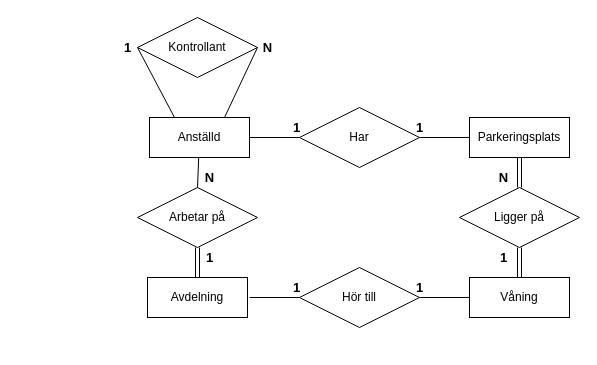
The draw.io diagram Parkeringshus.drawio in Ingelisun/ERmodels, before the edit. Source tidied: cells renumbered, new cells numbered last; positions are measured from the earlier drawing's top-left corner, leaving out a move shared by most shapes. Both pictures are drawn from the tidied source at 100%, with x=0, y=0 at pixel (117, 17).
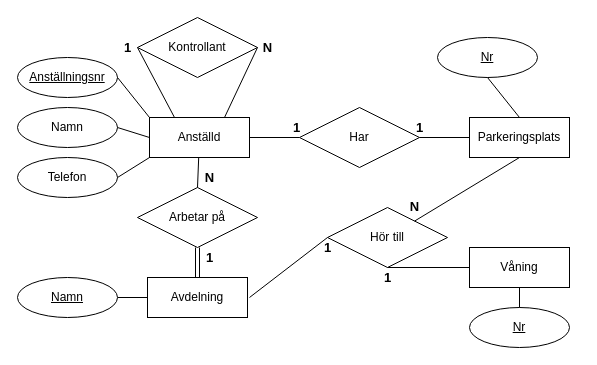
Above is the later version.

The change refers to these unchanged cells:
```xml
<mxCell id="2" value="Anställd" style="whiteSpace=wrap;html=1;align=center;" parent="1" vertex="1">
  <mxGeometry x="32" y="100" width="100" height="40" as="geometry" />
</mxCell>
<mxCell id="4" value="Avdelning" style="whiteSpace=wrap;html=1;align=center;" parent="1" vertex="1">
  <mxGeometry x="30" y="260" width="100" height="40" as="geometry" />
</mxCell>
<mxCell id="6" value="Parkeringsplats" style="whiteSpace=wrap;html=1;align=center;" parent="1" vertex="1">
  <mxGeometry x="352" y="100" width="100" height="40" as="geometry" />
</mxCell>
```

Diff of the diagram source:
```diff
@@
-    <mxCell id="5" style="edgeStyle=none;shape=link;rounded=0;jettySize=auto;html=1;" parent="1" edge="1" source="6" target="19">
-      <mxGeometry relative="1" as="geometry" />
-    </mxCell>
@@
-    <mxCell id="7" style="edgeStyle=none;shape=link;rounded=0;jettySize=auto;html=1;" parent="1" edge="1" source="8" target="19">
-      <mxGeometry relative="1" as="geometry" />
-    </mxCell>
     <mxCell id="8" value="Våning" style="whiteSpace=wrap;html=1;align=center;" parent="1" vertex="1">
-      <mxGeometry x="352" y="260" width="100" height="40" as="geometry" />
+      <mxGeometry x="352" y="230" width="100" height="40" as="geometry" />
     </mxCell>
@@
-    <mxCell id="19" value="Ligger på" style="shape=rhombus;perimeter=rhombusPerimeter;whiteSpace=wrap;html=1;align=center;" parent="1" vertex="1">
-      <mxGeometry x="342" y="170" width="120" height="60" as="geometry" />
-    </mxCell>
-    <mxCell id="20" value="&lt;font style=&quot;font-size: 13px&quot;&gt;&lt;b style=&quot;font-size: 13px&quot;&gt;1&lt;/b&gt;&lt;/font&gt;" style="text;html=1;align=center;verticalAlign=middle;fillColor=none;strokeColor=none;rounded=0;fontSize=13;" parent="1" vertex="1">
-      <mxGeometry x="376" y="230" width="20" height="20" as="geometry" />
-    </mxCell>
-    <mxCell id="21" value="&lt;font style=&quot;font-size: 13px&quot;&gt;&lt;b style=&quot;font-size: 13px&quot;&gt;N&lt;/b&gt;&lt;/font&gt;" style="text;html=1;align=center;verticalAlign=middle;fillColor=none;strokeColor=none;rounded=0;fontSize=13;" parent="1" vertex="1">
-      <mxGeometry x="376" y="150" width="20" height="20" as="geometry" />
-    </mxCell>
     <mxCell id="22" value="Hör till" style="shape=rhombus;perimeter=rhombusPerimeter;whiteSpace=wrap;html=1;align=center;" parent="1" vertex="1">
-      <mxGeometry x="182" y="250" width="120" height="60" as="geometry" />
+      <mxGeometry x="210" y="190" width="120" height="60" as="geometry" />
     </mxCell>
@@
-    <mxCell id="24" style="endArrow=none;html=1;rounded=0;exitX=1;exitY=0.5;exitDx=0;exitDy=0;entryX=0;entryY=0.5;entryDx=0;entryDy=0;" parent="1" edge="1" source="22" target="8">
+    <mxCell id="24" style="endArrow=none;html=1;rounded=0;exitX=0.5;exitY=1;exitDx=0;exitDy=0;entryX=0;entryY=0.5;entryDx=0;entryDy=0;" parent="1" edge="1" source="22" target="8">
       <mxGeometry relative="1" as="geometry" />
     </mxCell>
@@
     <mxCell id="27" value="&lt;font style=&quot;font-size: 13px&quot;&gt;&lt;b style=&quot;font-size: 13px&quot;&gt;1&lt;/b&gt;&lt;/font&gt;" style="text;html=1;align=center;verticalAlign=middle;fillColor=none;strokeColor=none;rounded=0;fontSize=13;" parent="1" vertex="1">
-      <mxGeometry x="169" y="260" width="20" height="20" as="geometry" />
+      <mxGeometry x="200" y="220" width="20" height="20" as="geometry" />
     </mxCell>
-    <mxCell id="28" value="&lt;font style=&quot;font-size: 13px&quot;&gt;&lt;b style=&quot;font-size: 13px&quot;&gt;1&lt;/b&gt;&lt;/font&gt;" style="text;html=1;align=center;verticalAlign=middle;fillColor=none;strokeColor=none;rounded=0;fontSize=13;" parent="1" vertex="1">
-      <mxGeometry x="292" y="260" width="20" height="20" as="geometry" />
-    </mxCell>
@@
+    <mxCell id="31" value="Anställningsnr" style="ellipse;whiteSpace=wrap;html=1;align=center;fontStyle=4;" parent="1" vertex="1">
+      <mxGeometry x="-100" y="40" width="100" height="40" as="geometry" />
+    </mxCell>
+    <mxCell id="32" value="Namn" style="ellipse;whiteSpace=wrap;html=1;align=center;" parent="1" vertex="1">
+      <mxGeometry x="-100" y="90" width="100" height="40" as="geometry" />
+    </mxCell>
+    <mxCell id="33" value="Telefon" style="ellipse;whiteSpace=wrap;html=1;align=center;" parent="1" vertex="1">
+      <mxGeometry x="-100" y="140" width="100" height="40" as="geometry" />
+    </mxCell>
+    <mxCell id="34" style="endArrow=none;html=1;rounded=0;exitX=1;exitY=0.5;exitDx=0;exitDy=0;entryX=0;entryY=0;entryDx=0;entryDy=0;" parent="1" edge="1" source="31" target="2">
+      <mxGeometry relative="1" as="geometry" />
+    </mxCell>
+    <mxCell id="35" style="endArrow=none;html=1;rounded=0;exitX=1;exitY=0.5;exitDx=0;exitDy=0;entryX=0;entryY=0.5;entryDx=0;entryDy=0;" parent="1" edge="1" source="32" target="2">
+      <mxGeometry relative="1" as="geometry" />
+    </mxCell>
+    <mxCell id="36" style="endArrow=none;html=1;rounded=0;exitX=1;exitY=0.5;exitDx=0;exitDy=0;entryX=0;entryY=1;entryDx=0;entryDy=0;" parent="1" edge="1" source="33" target="2">
+      <mxGeometry relative="1" as="geometry" />
+    </mxCell>
+    <mxCell id="37" style="endArrow=none;html=1;rounded=0;exitX=1;exitY=0.5;exitDx=0;exitDy=0;entryX=0;entryY=0.5;entryDx=0;entryDy=0;" parent="1" edge="1" source="38" target="4">
+      <mxGeometry relative="1" as="geometry" />
+    </mxCell>
+    <mxCell id="38" value="Namn" style="ellipse;whiteSpace=wrap;html=1;align=center;fontStyle=4;" parent="1" vertex="1">
+      <mxGeometry x="-100" y="260" width="100" height="40" as="geometry" />
+    </mxCell>
+    <mxCell id="39" value="Nr" style="ellipse;whiteSpace=wrap;html=1;align=center;fontStyle=4;" parent="1" vertex="1">
+      <mxGeometry x="352" y="290" width="100" height="40" as="geometry" />
+    </mxCell>
+    <mxCell id="40" style="endArrow=none;html=1;rounded=0;exitX=0.5;exitY=0;exitDx=0;exitDy=0;entryX=0.5;entryY=1;entryDx=0;entryDy=0;" parent="1" edge="1" source="39" target="8">
+      <mxGeometry relative="1" as="geometry" />
+    </mxCell>
+    <mxCell id="41" value="Nr" style="ellipse;whiteSpace=wrap;html=1;align=center;fontStyle=4;" parent="1" vertex="1">
+      <mxGeometry x="320" y="20" width="100" height="40" as="geometry" />
+    </mxCell>
+    <mxCell id="42" style="endArrow=none;html=1;rounded=0;exitX=0.5;exitY=1;exitDx=0;exitDy=0;" parent="1" edge="1" source="41">
+      <mxGeometry relative="1" as="geometry">
+        <mxPoint x="402" y="100" as="targetPoint" />
+      </mxGeometry>
+    </mxCell>
+    <mxCell id="43" style="endArrow=none;html=1;rounded=0;entryX=0.5;entryY=1;entryDx=0;entryDy=0;" parent="1" edge="1" source="22" target="6">
+      <mxGeometry relative="1" as="geometry" />
+    </mxCell>
+    <mxCell id="44" value="&lt;font style=&quot;font-size: 13px&quot;&gt;&lt;b style=&quot;font-size: 13px&quot;&gt;1&lt;/b&gt;&lt;/font&gt;" style="text;html=1;align=center;verticalAlign=middle;fillColor=none;strokeColor=none;rounded=0;fontSize=13;" parent="1" vertex="1">
+      <mxGeometry x="260" y="250" width="20" height="20" as="geometry" />
+    </mxCell>
+    <mxCell id="21" value="&lt;font style=&quot;font-size: 13px&quot;&gt;&lt;b style=&quot;font-size: 13px&quot;&gt;N&lt;/b&gt;&lt;/font&gt;" style="text;html=1;align=center;verticalAlign=middle;fillColor=none;strokeColor=none;rounded=0;fontSize=13;" parent="1" vertex="1">
+      <mxGeometry x="287" y="179" width="20" height="20" as="geometry" />
+    </mxCell>
```
